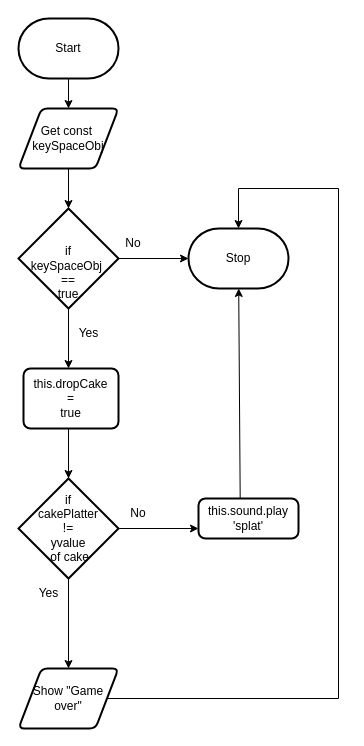
MTHS-ICS2O-2-2022/ICS2O-Final-Project-Group12 keeps this draw.io diagram as design/flowchart.drawio. Above is the earlier version. Source tidied: cells renumbered, new cells numbered last; positions are measured from the earlier drawing's top-left corner, leaving out a move shared by most shapes. Both pictures are drawn from the tidied source at 100%, with x=0, y=0 at pixel (18, 18).
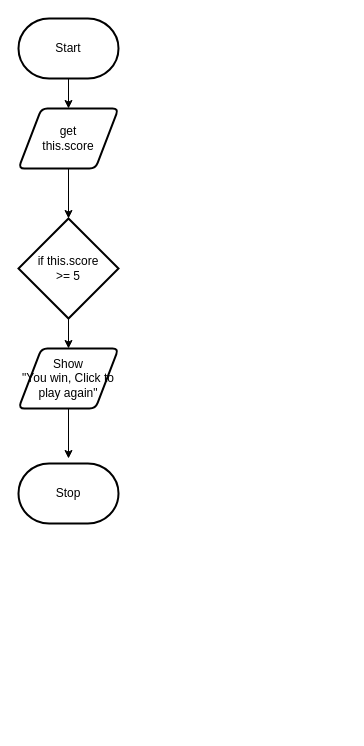
The same diagram, later.

The change refers to these unchanged cells:
```xml
<mxCell id="3" value="Start" style="strokeWidth=2;html=1;shape=mxgraph.flowchart.terminator;whiteSpace=wrap;" parent="1" vertex="1">
  <mxGeometry width="100" height="60" as="geometry" />
</mxCell>
```

The edit, as a diff of the source:
```diff
@@
-    <mxCell id="2" style="edgeStyle=none;html=1;" parent="1" edge="1" source="3" target="6">
-      <mxGeometry relative="1" as="geometry" />
+    <mxCell id="2" style="edgeStyle=none;html=1;" parent="1" edge="1" source="3">
+      <mxGeometry relative="1" as="geometry">
+        <mxPoint x="50" y="90" as="targetPoint" />
+      </mxGeometry>
     </mxCell>
@@
     <mxCell id="4" value="Stop" style="strokeWidth=2;html=1;shape=mxgraph.flowchart.terminator;whiteSpace=wrap;" parent="1" vertex="1">
-      <mxGeometry x="170" y="210" width="100" height="60" as="geometry" />
+      <mxGeometry y="445" width="100" height="60" as="geometry" />
     </mxCell>
-    <mxCell id="5" style="edgeStyle=none;html=1;entryX=0.5;entryY=0;entryDx=0;entryDy=0;entryPerimeter=0;" parent="1" edge="1" source="6" target="9">
-      <mxGeometry relative="1" as="geometry" />
-    </mxCell>
-    <mxCell id="6" value="Get const&amp;nbsp;&lt;br&gt;keySpaceObj" style="shape=parallelogram;html=1;strokeWidth=2;perimeter=parallelogramPerimeter;whiteSpace=wrap;rounded=1;arcSize=12;size=0.23;" parent="1" vertex="1">
-      <mxGeometry y="90" width="100" height="60" as="geometry" />
-    </mxCell>
-    <mxCell id="7" style="edgeStyle=none;html=1;" parent="1" edge="1" source="9">
-      <mxGeometry relative="1" as="geometry">
-        <mxPoint x="50" y="350" as="targetPoint" />
-      </mxGeometry>
-    </mxCell>
-    <mxCell id="8" style="edgeStyle=none;rounded=0;html=1;entryX=0;entryY=0.5;entryDx=0;entryDy=0;entryPerimeter=0;exitX=1;exitY=0.5;exitDx=0;exitDy=0;exitPerimeter=0;" parent="1" edge="1" source="9" target="4">
-      <mxGeometry relative="1" as="geometry" />
-    </mxCell>
-    <mxCell id="9" value="&lt;br&gt;&lt;br&gt;if &lt;br&gt;keySpaceObj&amp;nbsp;&lt;br&gt;==&lt;br&gt;true" style="strokeWidth=2;html=1;shape=mxgraph.flowchart.decision;whiteSpace=wrap;" parent="1" vertex="1">
-      <mxGeometry y="190" width="100" height="100" as="geometry" />
-    </mxCell>
-    <mxCell id="10" style="edgeStyle=none;html=1;" parent="1" edge="1" target="13">
-      <mxGeometry relative="1" as="geometry">
-        <mxPoint x="50" y="410" as="sourcePoint" />
-      </mxGeometry>
-    </mxCell>
-    <mxCell id="11" style="edgeStyle=none;rounded=0;html=1;" parent="1" edge="1" source="13">
-      <mxGeometry relative="1" as="geometry">
-        <mxPoint x="50" y="650" as="targetPoint" />
-      </mxGeometry>
-    </mxCell>
-    <mxCell id="12" style="edgeStyle=none;html=1;" parent="1" edge="1" source="13">
-      <mxGeometry relative="1" as="geometry">
-        <mxPoint x="180" y="510" as="targetPoint" />
-      </mxGeometry>
-    </mxCell>
-    <mxCell id="13" value="if &lt;br&gt;cakePlatter &lt;br&gt;!=&lt;br&gt;yvalue&lt;br&gt;&amp;nbsp;of cake" style="strokeWidth=2;html=1;shape=mxgraph.flowchart.decision;whiteSpace=wrap;" parent="1" vertex="1">
-      <mxGeometry y="460" width="100" height="100" as="geometry" />
-    </mxCell>
-    <mxCell id="14" value="this.dropCake&lt;br&gt;=&lt;br&gt;true" style="rounded=1;whiteSpace=wrap;html=1;absoluteArcSize=1;arcSize=14;strokeWidth=2;" parent="1" vertex="1">
-      <mxGeometry x="5" y="350" width="95" height="60" as="geometry" />
-    </mxCell>
-    <mxCell id="15" value="Yes" style="text;html=1;align=center;verticalAlign=middle;strokeColor=none;fillColor=none;" parent="1" vertex="1">
-      <mxGeometry x="50" y="300" width="40" height="30" as="geometry" />
-    </mxCell>
-    <mxCell id="16" value="Yes" style="text;html=1;align=center;verticalAlign=middle;strokeColor=none;fillColor=none;" parent="1" vertex="1">
-      <mxGeometry x="10" y="560" width="40" height="30" as="geometry" />
-    </mxCell>
-    <mxCell id="17" value="No" style="text;strokeColor=none;align=center;fillColor=none;html=1;verticalAlign=middle;whiteSpace=wrap;rounded=0;" parent="1" vertex="1">
-      <mxGeometry x="90" y="480" width="60" height="30" as="geometry" />
-    </mxCell>
-    <mxCell id="18" value="No" style="text;strokeColor=none;align=center;fillColor=none;html=1;verticalAlign=middle;whiteSpace=wrap;rounded=0;" parent="1" vertex="1">
-      <mxGeometry x="85" y="210" width="60" height="30" as="geometry" />
-    </mxCell>
-    <mxCell id="19" style="edgeStyle=none;html=1;entryX=0.5;entryY=0;entryDx=0;entryDy=0;entryPerimeter=0;rounded=0;" parent="1" edge="1" source="20" target="4">
-      <mxGeometry relative="1" as="geometry">
-        <Array as="points">
-          <mxPoint x="320" y="680" />
-          <mxPoint x="320" y="170" />
-          <mxPoint x="220" y="170" />
-        </Array>
-      </mxGeometry>
-    </mxCell>
-    <mxCell id="20" value="Show &quot;Game over&quot;" style="shape=parallelogram;html=1;strokeWidth=2;perimeter=parallelogramPerimeter;whiteSpace=wrap;rounded=1;arcSize=12;size=0.23;" parent="1" vertex="1">
-      <mxGeometry y="650" width="100" height="60" as="geometry" />
-    </mxCell>
-    <mxCell id="21" style="edgeStyle=none;html=1;exitX=0.417;exitY=-0.002;exitDx=0;exitDy=0;exitPerimeter=0;" parent="1" edge="1" source="22" target="4">
-      <mxGeometry relative="1" as="geometry" />
-    </mxCell>
+    <mxCell id="23" style="edgeStyle=none;html=1;" parent="1" edge="1" source="22" target="25">
+      <mxGeometry relative="1" as="geometry" />
+    </mxCell>
-    <mxCell id="22" value="this.sound.play&lt;br&gt;'splat'" style="rounded=1;whiteSpace=wrap;html=1;absoluteArcSize=1;arcSize=14;strokeWidth=2;" parent="1" vertex="1">
-      <mxGeometry x="180" y="480" width="100" height="40" as="geometry" />
+    <mxCell id="22" value="get&lt;br&gt;this.score" style="shape=parallelogram;html=1;strokeWidth=2;perimeter=parallelogramPerimeter;whiteSpace=wrap;rounded=1;arcSize=12;size=0.23;" parent="1" vertex="1">
+      <mxGeometry y="90" width="100" height="60" as="geometry" />
     </mxCell>
+    <mxCell id="24" style="edgeStyle=none;html=1;" parent="1" edge="1" source="25" target="27">
+      <mxGeometry relative="1" as="geometry" />
+    </mxCell>
+    <mxCell id="25" value="if this.score&lt;br&gt;&amp;gt;= 5" style="strokeWidth=2;html=1;shape=mxgraph.flowchart.decision;whiteSpace=wrap;" parent="1" vertex="1">
+      <mxGeometry y="200" width="100" height="100" as="geometry" />
+    </mxCell>
+    <mxCell id="26" style="edgeStyle=none;html=1;" parent="1" edge="1" source="27">
+      <mxGeometry relative="1" as="geometry">
+        <mxPoint x="50" y="440" as="targetPoint" />
+      </mxGeometry>
+    </mxCell>
+    <mxCell id="27" value="Show&lt;br&gt;&quot;You win, Click to play again&quot;" style="shape=parallelogram;html=1;strokeWidth=2;perimeter=parallelogramPerimeter;whiteSpace=wrap;rounded=1;arcSize=12;size=0.23;" parent="1" vertex="1">
+      <mxGeometry y="330" width="100" height="60" as="geometry" />
+    </mxCell>
```
